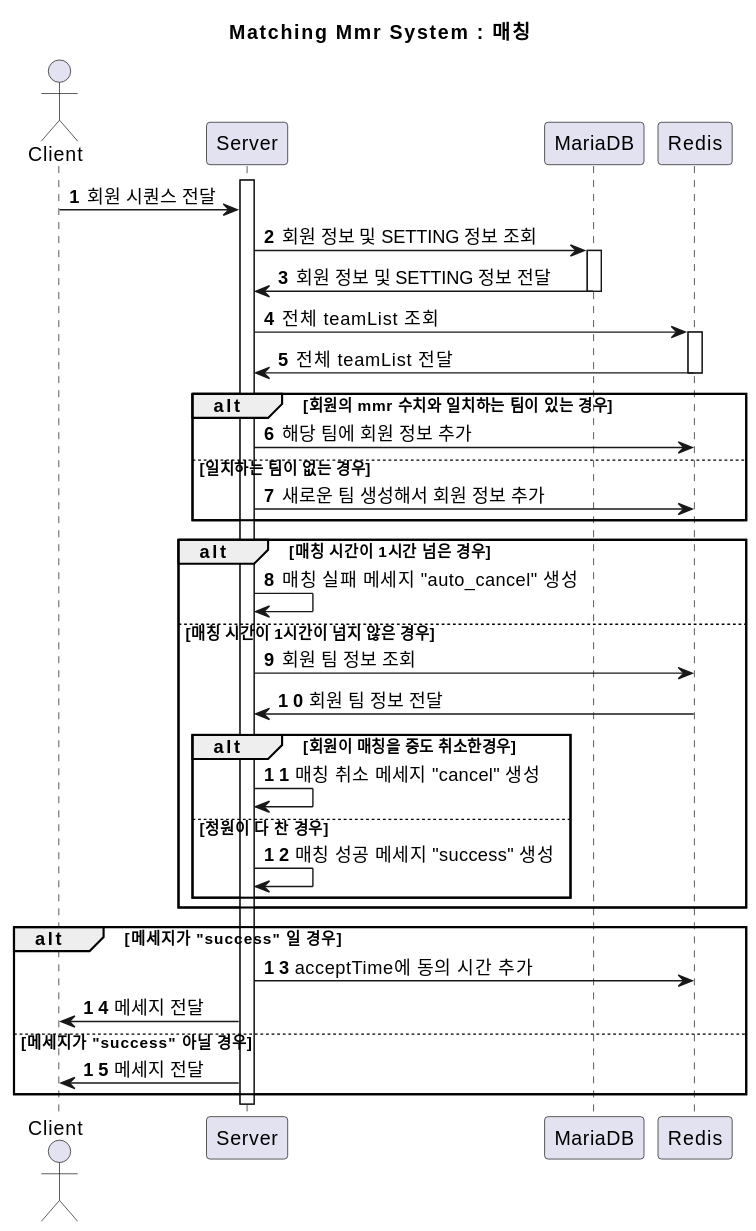
Before: mmr/매칭.svg, a diagram exported from PlantUML (meeejyu/lolMatching).
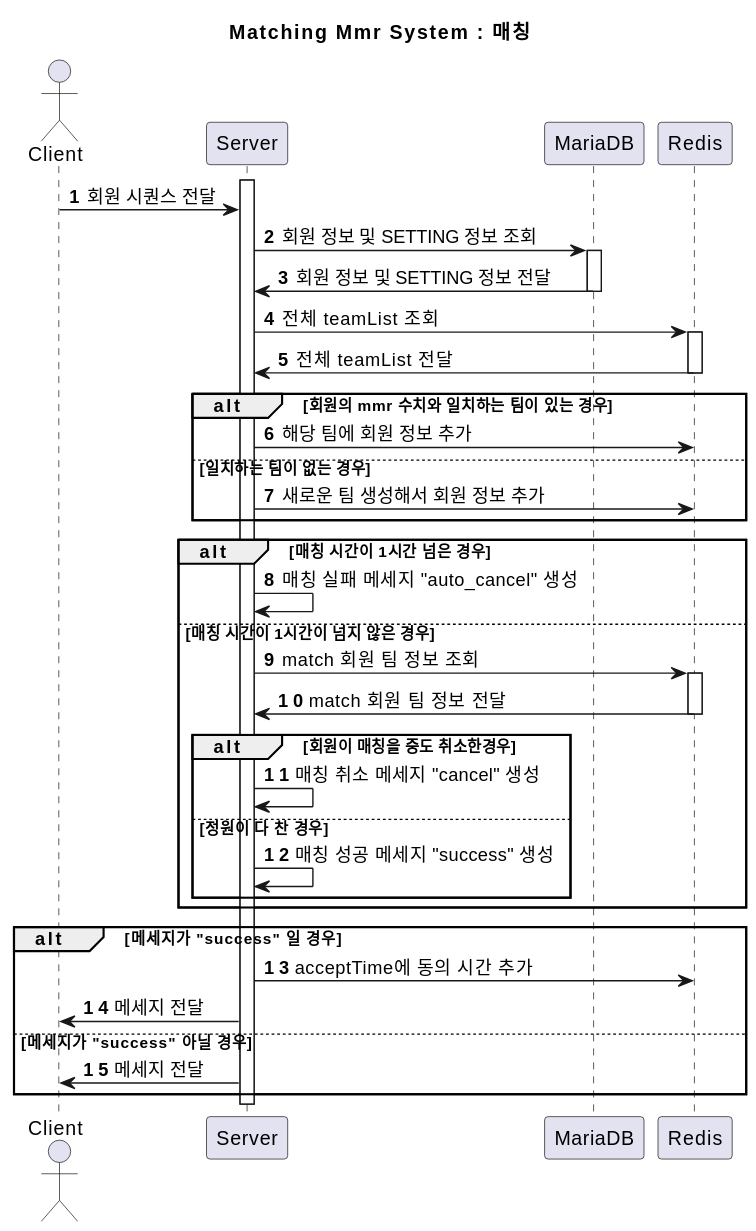
After the commit.

Commit message:
feat : "매칭 시퀀스 다이어그램 수정"

Change to the diagram source:
```diff
@@ -29,8 +29,10 @@
   Server -> Server : 매칭 실패 메세지 "auto_cancel" 생성
 
 else 매칭 시간이 1시간이 넘지 않은 경우
-  Server -> Redis : 회원 팀 정보 조회
-  Redis -> Server : 회원 팀 정보 전달
+  Server -> Redis : match 회원 팀 정보 조회
+  activate Redis
+  Redis -> Server : match 회원 팀 정보 전달
+  deactivate Redis
 
     alt 회원이 매칭을 중도 취소한경우
       Server -> Server : 매칭 취소 메세지 "cancel" 생성
```
